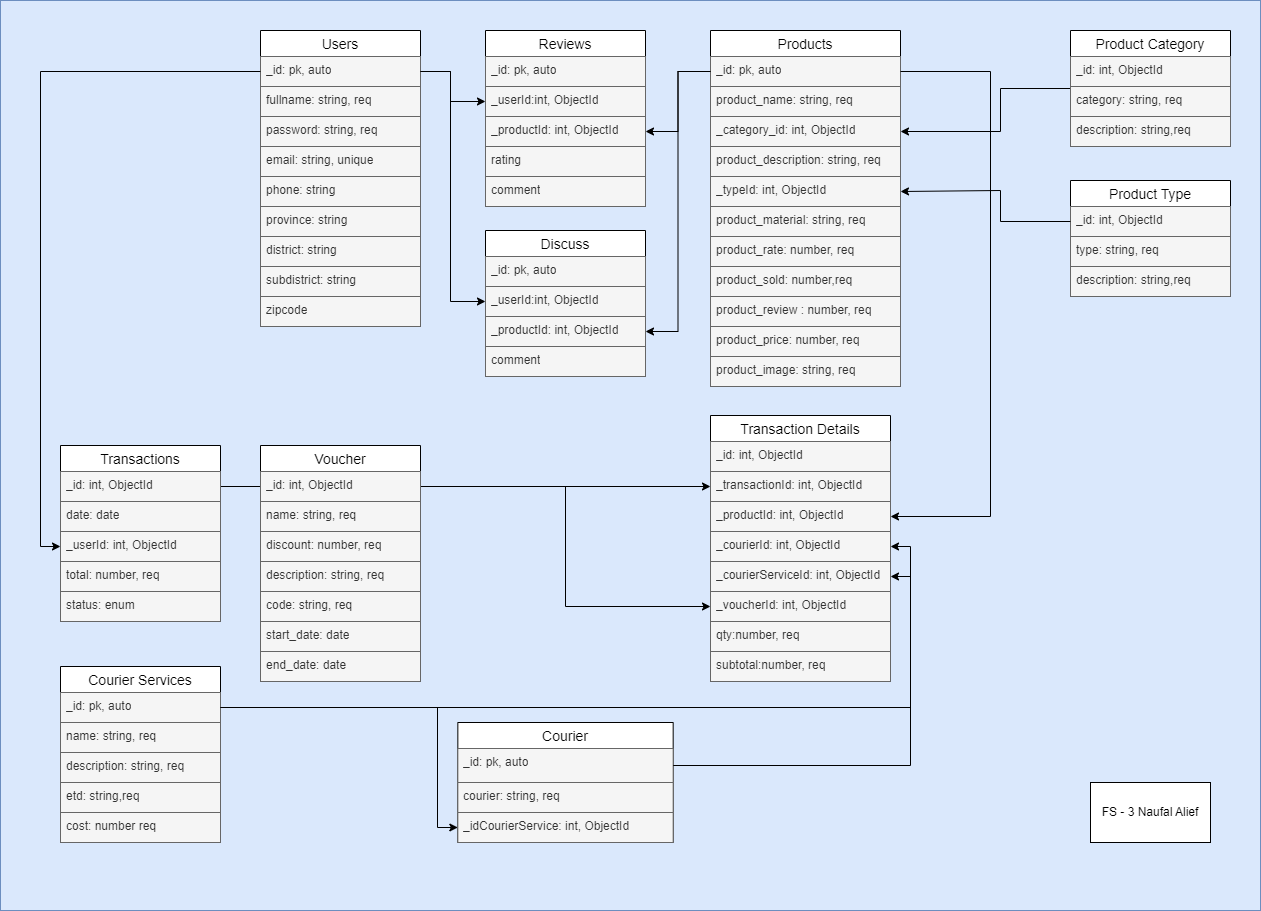
Before: furnivul-server/erd/ERD Furnivul.drawio.png, a diagram exported from draw.io (naufyl28/Final-Furnivul). Source tidied: cells renumbered, new cells last; positions are measured from the earlier drawing's top-left corner, leaving out a move shared by most shapes.
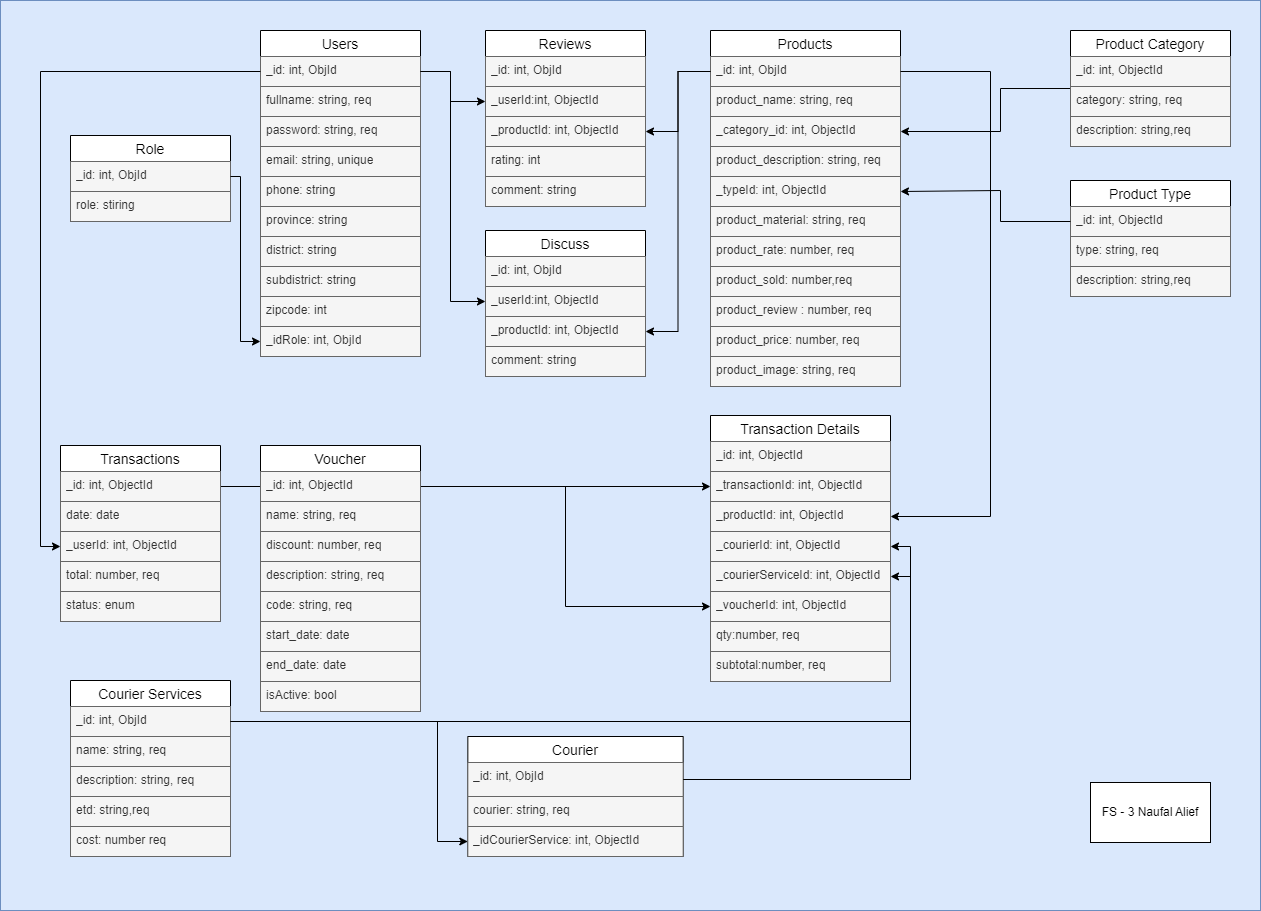
The same file after the commit.

The edit, as a diff of the source:
```diff
@@ -6,9 +6,9 @@
       <mxGeometry width="1260" height="910" as="geometry" />
     </mxCell>
     <mxCell id="3" value="Users" style="swimlane;fontStyle=0;horizontal=1;startSize=26;align=center;fontSize=14;" parent="1" vertex="1">
-      <mxGeometry x="260" y="30" width="160" height="296" as="geometry" />
+      <mxGeometry x="260" y="30" width="160" height="326" as="geometry" />
     </mxCell>
-    <mxCell id="4" value="_id: pk, auto&lt;br&gt;" style="text;strokeColor=#666666;fillColor=#f5f5f5;spacingLeft=4;spacingRight=4;overflow=hidden;points=[[0,0.5],[1,0.5]];portConstraint=eastwest;fontSize=12;whiteSpace=wrap;html=1;fontColor=#333333;" parent="3" vertex="1">
+    <mxCell id="4" value="_id: int, ObjId" style="text;strokeColor=#666666;fillColor=#f5f5f5;spacingLeft=4;spacingRight=4;overflow=hidden;points=[[0,0.5],[1,0.5]];portConstraint=eastwest;fontSize=12;whiteSpace=wrap;html=1;fontColor=#333333;" parent="3" vertex="1">
       <mxGeometry y="26" width="160" height="30" as="geometry" />
     </mxCell>
     <mxCell id="5" value="fullname: string, req" style="text;strokeColor=#666666;fillColor=#f5f5f5;spacingLeft=4;spacingRight=4;overflow=hidden;fontSize=12;whiteSpace=wrap;html=1;fontColor=#333333;" parent="3" vertex="1">
@@ -32,13 +32,16 @@
     <mxCell id="11" value="subdistrict: string" style="text;strokeColor=#666666;fillColor=#f5f5f5;spacingLeft=4;spacingRight=4;overflow=hidden;fontSize=12;whiteSpace=wrap;html=1;fontColor=#333333;" parent="3" vertex="1">
       <mxGeometry y="236" width="160" height="30" as="geometry" />
     </mxCell>
-    <mxCell id="12" value="zipcode" style="text;strokeColor=#666666;fillColor=#f5f5f5;spacingLeft=4;spacingRight=4;overflow=hidden;fontSize=12;whiteSpace=wrap;html=1;fontColor=#333333;" parent="3" vertex="1">
+    <mxCell id="12" value="zipcode: int" style="text;strokeColor=#666666;fillColor=#f5f5f5;spacingLeft=4;spacingRight=4;overflow=hidden;fontSize=12;whiteSpace=wrap;html=1;fontColor=#333333;" parent="3" vertex="1">
       <mxGeometry y="266" width="160" height="30" as="geometry" />
     </mxCell>
+    <mxCell id="91" value="_idRole: int, ObjId" style="text;strokeColor=#666666;fillColor=#f5f5f5;spacingLeft=4;spacingRight=4;overflow=hidden;points=[[0,0.5],[1,0.5]];portConstraint=eastwest;fontSize=12;whiteSpace=wrap;html=1;fontColor=#333333;" parent="3" vertex="1">
+      <mxGeometry y="296" width="160" height="30" as="geometry" />
+    </mxCell>
     <mxCell id="13" value="Reviews" style="swimlane;fontStyle=0;horizontal=1;startSize=26;align=center;fontSize=14;" parent="1" vertex="1">
       <mxGeometry x="485" y="30" width="160" height="176" as="geometry" />
     </mxCell>
-    <mxCell id="14" value="_id: pk, auto" style="text;strokeColor=#666666;fillColor=#f5f5f5;spacingLeft=4;spacingRight=4;overflow=hidden;fontSize=12;whiteSpace=wrap;html=1;fontColor=#333333;" parent="13" vertex="1">
+    <mxCell id="14" value="_id: int, ObjId" style="text;strokeColor=#666666;fillColor=#f5f5f5;spacingLeft=4;spacingRight=4;overflow=hidden;fontSize=12;whiteSpace=wrap;html=1;fontColor=#333333;" parent="13" vertex="1">
       <mxGeometry y="26" width="160" height="30" as="geometry" />
     </mxCell>
     <mxCell id="15" value="_userId:int, ObjectId" style="text;strokeColor=#666666;fillColor=#f5f5f5;spacingLeft=4;spacingRight=4;overflow=hidden;points=[[0,0.5],[1,0.5]];portConstraint=eastwest;fontSize=12;whiteSpace=wrap;html=1;fontColor=#333333;" parent="13" vertex="1">
@@ -47,10 +50,10 @@
     <mxCell id="16" value="_productId: int, ObjectId" style="text;strokeColor=#666666;fillColor=#f5f5f5;spacingLeft=4;spacingRight=4;overflow=hidden;points=[[0,0.5],[1,0.5]];portConstraint=eastwest;fontSize=12;whiteSpace=wrap;html=1;fontColor=#333333;" parent="13" vertex="1">
       <mxGeometry y="86" width="160" height="30" as="geometry" />
     </mxCell>
-    <mxCell id="17" value="rating" style="text;strokeColor=#666666;fillColor=#f5f5f5;spacingLeft=4;spacingRight=4;overflow=hidden;fontSize=12;whiteSpace=wrap;html=1;fontColor=#333333;" parent="13" vertex="1">
+    <mxCell id="17" value="rating: int" style="text;strokeColor=#666666;fillColor=#f5f5f5;spacingLeft=4;spacingRight=4;overflow=hidden;fontSize=12;whiteSpace=wrap;html=1;fontColor=#333333;" parent="13" vertex="1">
       <mxGeometry y="116" width="160" height="30" as="geometry" />
     </mxCell>
-    <mxCell id="18" value="comment" style="text;strokeColor=#666666;fillColor=#f5f5f5;spacingLeft=4;spacingRight=4;overflow=hidden;fontSize=12;whiteSpace=wrap;html=1;fontColor=#333333;" parent="13" vertex="1">
+    <mxCell id="18" value="comment: string" style="text;strokeColor=#666666;fillColor=#f5f5f5;spacingLeft=4;spacingRight=4;overflow=hidden;fontSize=12;whiteSpace=wrap;html=1;fontColor=#333333;" parent="13" vertex="1">
       <mxGeometry y="146" width="160" height="30" as="geometry" />
     </mxCell>
     <mxCell id="19" style="edgeStyle=orthogonalEdgeStyle;rounded=0;jettySize=auto;html=1;entryX=0;entryY=0.5;entryDx=0;entryDy=0;" parent="1" edge="1" source="4" target="15">
@@ -64,7 +67,7 @@
     <mxCell id="20" value="Products" style="swimlane;fontStyle=0;horizontal=1;startSize=26;align=center;fontSize=14;" parent="1" vertex="1">
       <mxGeometry x="710" y="30" width="190" height="356" as="geometry" />
     </mxCell>
-    <mxCell id="21" value="_id: pk, auto&lt;br&gt;" style="text;strokeColor=#666666;fillColor=#f5f5f5;spacingLeft=4;spacingRight=4;overflow=hidden;points=[[0,0.5],[1,0.5]];portConstraint=eastwest;fontSize=12;whiteSpace=wrap;html=1;fontColor=#333333;" parent="20" vertex="1">
+    <mxCell id="21" value="_id: int, ObjId" style="text;strokeColor=#666666;fillColor=#f5f5f5;spacingLeft=4;spacingRight=4;overflow=hidden;points=[[0,0.5],[1,0.5]];portConstraint=eastwest;fontSize=12;whiteSpace=wrap;html=1;fontColor=#333333;" parent="20" vertex="1">
       <mxGeometry y="26" width="190" height="30" as="geometry" />
     </mxCell>
     <mxCell id="22" value="product_name: string, req" style="text;strokeColor=#666666;fillColor=#f5f5f5;spacingLeft=4;spacingRight=4;overflow=hidden;fontSize=12;whiteSpace=wrap;html=1;fontColor=#333333;" parent="20" vertex="1">
@@ -144,7 +147,7 @@
     <mxCell id="43" value="Discuss" style="swimlane;fontStyle=0;horizontal=1;startSize=26;align=center;fontSize=14;" parent="1" vertex="1">
       <mxGeometry x="485" y="230" width="160" height="146" as="geometry" />
     </mxCell>
-    <mxCell id="44" value="_id: pk, auto" style="text;strokeColor=#666666;fillColor=#f5f5f5;spacingLeft=4;spacingRight=4;overflow=hidden;fontSize=12;whiteSpace=wrap;html=1;fontColor=#333333;" parent="43" vertex="1">
+    <mxCell id="44" value="_id: int, ObjId" style="text;strokeColor=#666666;fillColor=#f5f5f5;spacingLeft=4;spacingRight=4;overflow=hidden;fontSize=12;whiteSpace=wrap;html=1;fontColor=#333333;" parent="43" vertex="1">
       <mxGeometry y="26" width="160" height="30" as="geometry" />
     </mxCell>
     <mxCell id="45" value="_userId:int, ObjectId" style="text;strokeColor=#666666;fillColor=#f5f5f5;spacingLeft=4;spacingRight=4;overflow=hidden;points=[[0,0.5],[1,0.5]];portConstraint=eastwest;fontSize=12;whiteSpace=wrap;html=1;fontColor=#333333;" parent="43" vertex="1">
@@ -153,7 +156,7 @@
     <mxCell id="46" value="_productId: int, ObjectId" style="text;strokeColor=#666666;fillColor=#f5f5f5;spacingLeft=4;spacingRight=4;overflow=hidden;points=[[0,0.5],[1,0.5]];portConstraint=eastwest;fontSize=12;whiteSpace=wrap;html=1;fontColor=#333333;" parent="43" vertex="1">
       <mxGeometry y="86" width="160" height="30" as="geometry" />
     </mxCell>
-    <mxCell id="47" value="comment" style="text;strokeColor=#666666;fillColor=#f5f5f5;spacingLeft=4;spacingRight=4;overflow=hidden;fontSize=12;whiteSpace=wrap;html=1;fontColor=#333333;" parent="43" vertex="1">
+    <mxCell id="47" value="comment: string" style="text;strokeColor=#666666;fillColor=#f5f5f5;spacingLeft=4;spacingRight=4;overflow=hidden;fontSize=12;whiteSpace=wrap;html=1;fontColor=#333333;" parent="43" vertex="1">
       <mxGeometry y="116" width="160" height="30" as="geometry" />
     </mxCell>
     <mxCell id="48" style="edgeStyle=orthogonalEdgeStyle;rounded=0;jettySize=auto;html=1;entryX=1;entryY=0.5;entryDx=0;entryDy=0;" parent="1" edge="1" source="21" target="46">
@@ -168,9 +171,9 @@
       </mxGeometry>
     </mxCell>
     <mxCell id="50" value="Courier Services" style="swimlane;fontStyle=0;horizontal=1;startSize=26;align=center;fontSize=14;" parent="1" vertex="1">
-      <mxGeometry x="60" y="666" width="160" height="176" as="geometry" />
+      <mxGeometry x="70" y="680" width="160" height="176" as="geometry" />
     </mxCell>
-    <mxCell id="51" value="_id: pk, auto" style="text;strokeColor=#666666;fillColor=#f5f5f5;spacingLeft=4;spacingRight=4;overflow=hidden;points=[[0,0.5],[1,0.5]];portConstraint=eastwest;fontSize=12;whiteSpace=wrap;html=1;fontColor=#333333;" parent="50" vertex="1">
+    <mxCell id="51" value="_id: int, ObjId" style="text;strokeColor=#666666;fillColor=#f5f5f5;spacingLeft=4;spacingRight=4;overflow=hidden;points=[[0,0.5],[1,0.5]];portConstraint=eastwest;fontSize=12;whiteSpace=wrap;html=1;fontColor=#333333;" parent="50" vertex="1">
       <mxGeometry y="26" width="160" height="30" as="geometry" />
     </mxCell>
     <mxCell id="52" value="name: string, req" style="text;strokeColor=#666666;fillColor=#f5f5f5;spacingLeft=4;spacingRight=4;overflow=hidden;fontSize=12;whiteSpace=wrap;html=1;fontColor=#333333;" parent="50" vertex="1">
@@ -188,8 +191,8 @@
     <mxCell id="56" style="edgeStyle=orthogonalEdgeStyle;rounded=0;jettySize=auto;html=1;" parent="1" edge="1" source="51" target="70">
       <mxGeometry relative="1" as="geometry">
         <Array as="points">
-          <mxPoint x="437" y="707" />
-          <mxPoint x="437" y="827" />
+          <mxPoint x="437" y="721" />
+          <mxPoint x="437" y="841" />
         </Array>
       </mxGeometry>
     </mxCell>
@@ -224,9 +227,9 @@
       <mxGeometry x="1090" y="782" width="120" height="60" as="geometry" />
     </mxCell>
     <mxCell id="67" value="Courier" style="swimlane;fontStyle=0;horizontal=1;startSize=26;align=center;fontSize=14;" parent="1" vertex="1">
-      <mxGeometry x="457.3" y="722" width="215.3" height="120" as="geometry" />
+      <mxGeometry x="467.3" y="736" width="215.3" height="120" as="geometry" />
     </mxCell>
-    <mxCell id="68" value="_id: pk, auto" style="text;strokeColor=#666666;fillColor=#f5f5f5;spacingLeft=4;spacingRight=4;overflow=hidden;points=[[0,0.5],[1,0.5]];portConstraint=eastwest;fontSize=12;whiteSpace=wrap;html=1;fontColor=#333333;" parent="67" vertex="1">
+    <mxCell id="68" value="_id: int, ObjId" style="text;strokeColor=#666666;fillColor=#f5f5f5;spacingLeft=4;spacingRight=4;overflow=hidden;points=[[0,0.5],[1,0.5]];portConstraint=eastwest;fontSize=12;whiteSpace=wrap;html=1;fontColor=#333333;" parent="67" vertex="1">
       <mxGeometry y="26" width="215.3" height="34" as="geometry" />
     </mxCell>
     <mxCell id="69" value="courier: string, req" style="text;strokeColor=#666666;fillColor=#f5f5f5;spacingLeft=4;spacingRight=4;overflow=hidden;fontSize=12;whiteSpace=wrap;html=1;fontColor=#333333;" parent="67" vertex="1">
@@ -252,14 +255,6 @@
     <mxCell id="74" style="edgeStyle=orthogonalEdgeStyle;rounded=0;jettySize=auto;html=1;entryX=1;entryY=0.5;entryDx=0;entryDy=0;" parent="1" edge="1" source="68" target="61">
       <mxGeometry relative="1" as="geometry" />
     </mxCell>
-    <mxCell id="75" style="edgeStyle=orthogonalEdgeStyle;rounded=0;jettySize=auto;html=1;entryX=1;entryY=0.5;entryDx=0;entryDy=0;" parent="1" edge="1" source="51" target="62">
-      <mxGeometry relative="1" as="geometry">
-        <Array as="points">
-          <mxPoint x="910" y="707" />
-          <mxPoint x="910" y="576" />
-        </Array>
-      </mxGeometry>
-    </mxCell>
     <mxCell id="76" style="edgeStyle=orthogonalEdgeStyle;rounded=0;jettySize=auto;html=1;entryX=0;entryY=0.5;entryDx=0;entryDy=0;" parent="1" edge="1" source="84" target="63">
       <mxGeometry relative="1" as="geometry" />
     </mxCell>
@@ -282,7 +277,7 @@
       <mxGeometry y="146" width="160" height="30" as="geometry" />
     </mxCell>
     <mxCell id="83" value="Voucher" style="swimlane;fontStyle=0;horizontal=1;startSize=26;align=center;fontSize=14;" parent="1" vertex="1">
-      <mxGeometry x="260" y="445" width="160" height="236" as="geometry" />
+      <mxGeometry x="260" y="445" width="160" height="266" as="geometry" />
     </mxCell>
     <mxCell id="84" value="_id: int, ObjectId" style="text;strokeColor=#666666;fillColor=#f5f5f5;spacingLeft=4;spacingRight=4;overflow=hidden;points=[[0,0.5],[1,0.5]];portConstraint=eastwest;fontSize=12;whiteSpace=wrap;html=1;fontColor=#333333;" parent="83" vertex="1">
       <mxGeometry y="26" width="160" height="30" as="geometry" />
@@ -305,5 +300,28 @@
     <mxCell id="90" value="end_date: date" style="text;strokeColor=#666666;fillColor=#f5f5f5;spacingLeft=4;spacingRight=4;overflow=hidden;fontSize=12;whiteSpace=wrap;html=1;fontColor=#333333;" parent="83" vertex="1">
       <mxGeometry y="206" width="160" height="30" as="geometry" />
     </mxCell>
+    <mxCell id="92" value="isActive: bool" style="text;strokeColor=#666666;fillColor=#f5f5f5;spacingLeft=4;spacingRight=4;overflow=hidden;fontSize=12;whiteSpace=wrap;html=1;fontColor=#333333;" parent="83" vertex="1">
+      <mxGeometry y="236" width="160" height="30" as="geometry" />
+    </mxCell>
+    <mxCell id="93" value="Role" style="swimlane;fontStyle=0;horizontal=1;startSize=26;align=center;fontSize=14;" parent="1" vertex="1">
+      <mxGeometry x="70" y="135" width="160" height="86" as="geometry" />
+    </mxCell>
+    <mxCell id="94" value="_id: int, ObjId" style="text;strokeColor=#666666;fillColor=#f5f5f5;spacingLeft=4;spacingRight=4;overflow=hidden;points=[[0,0.5],[1,0.5]];portConstraint=eastwest;fontSize=12;whiteSpace=wrap;html=1;fontColor=#333333;" parent="93" vertex="1">
+      <mxGeometry y="26" width="160" height="30" as="geometry" />
+    </mxCell>
+    <mxCell id="95" value="role: stiring" style="text;strokeColor=#666666;fillColor=#f5f5f5;spacingLeft=4;spacingRight=4;overflow=hidden;fontSize=12;whiteSpace=wrap;html=1;fontColor=#333333;" parent="93" vertex="1">
+      <mxGeometry y="56" width="160" height="30" as="geometry" />
+    </mxCell>
+    <mxCell id="75" style="edgeStyle=orthogonalEdgeStyle;rounded=0;jettySize=auto;html=1;entryX=1;entryY=0.5;entryDx=0;entryDy=0;" parent="1" edge="1" source="51" target="62">
+      <mxGeometry relative="1" as="geometry" />
+    </mxCell>
+    <mxCell id="96" style="edgeStyle=orthogonalEdgeStyle;rounded=0;jettySize=auto;html=1;" parent="1" edge="1" source="94" target="91">
+      <mxGeometry relative="1" as="geometry">
+        <Array as="points">
+          <mxPoint x="240" y="176" />
+          <mxPoint x="240" y="341" />
+        </Array>
+      </mxGeometry>
+    </mxCell>
   </root>
 </mxGraphModel>
```
